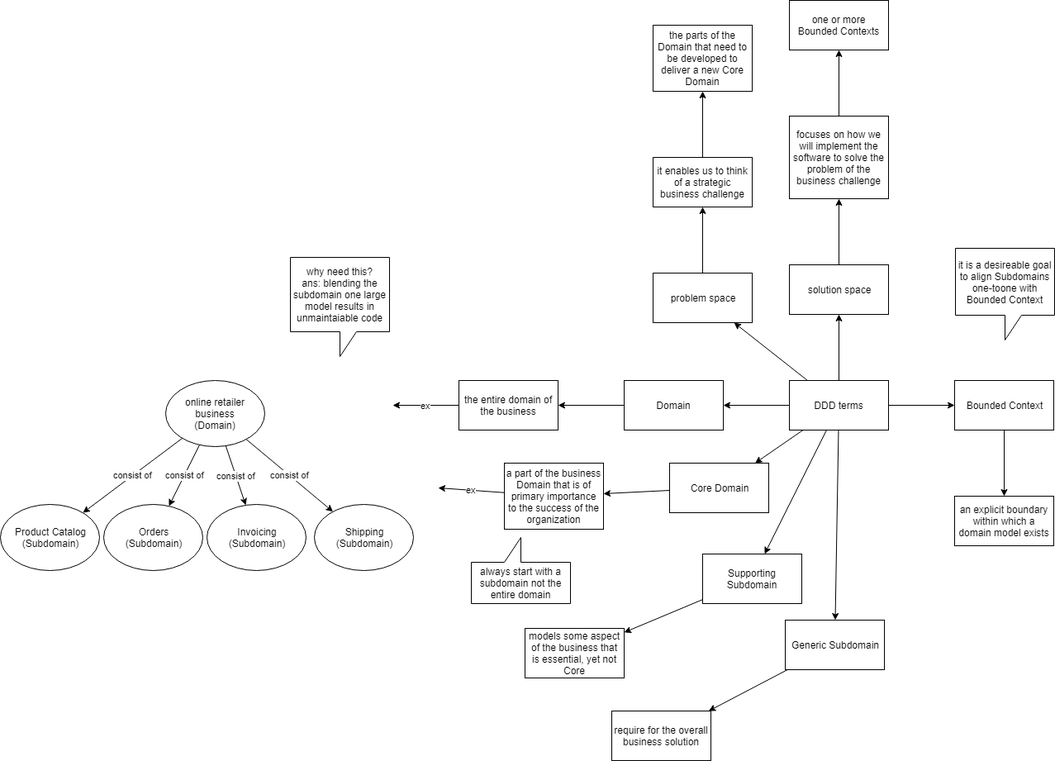
This is DDD_terms.PNG from stsiwo/ddd_concept, a draw.io export, as it was before one commit. Source tidied: cells renumbered, new cells last; positions are measured from the earlier drawing's top-left corner, leaving out a move shared by most shapes.
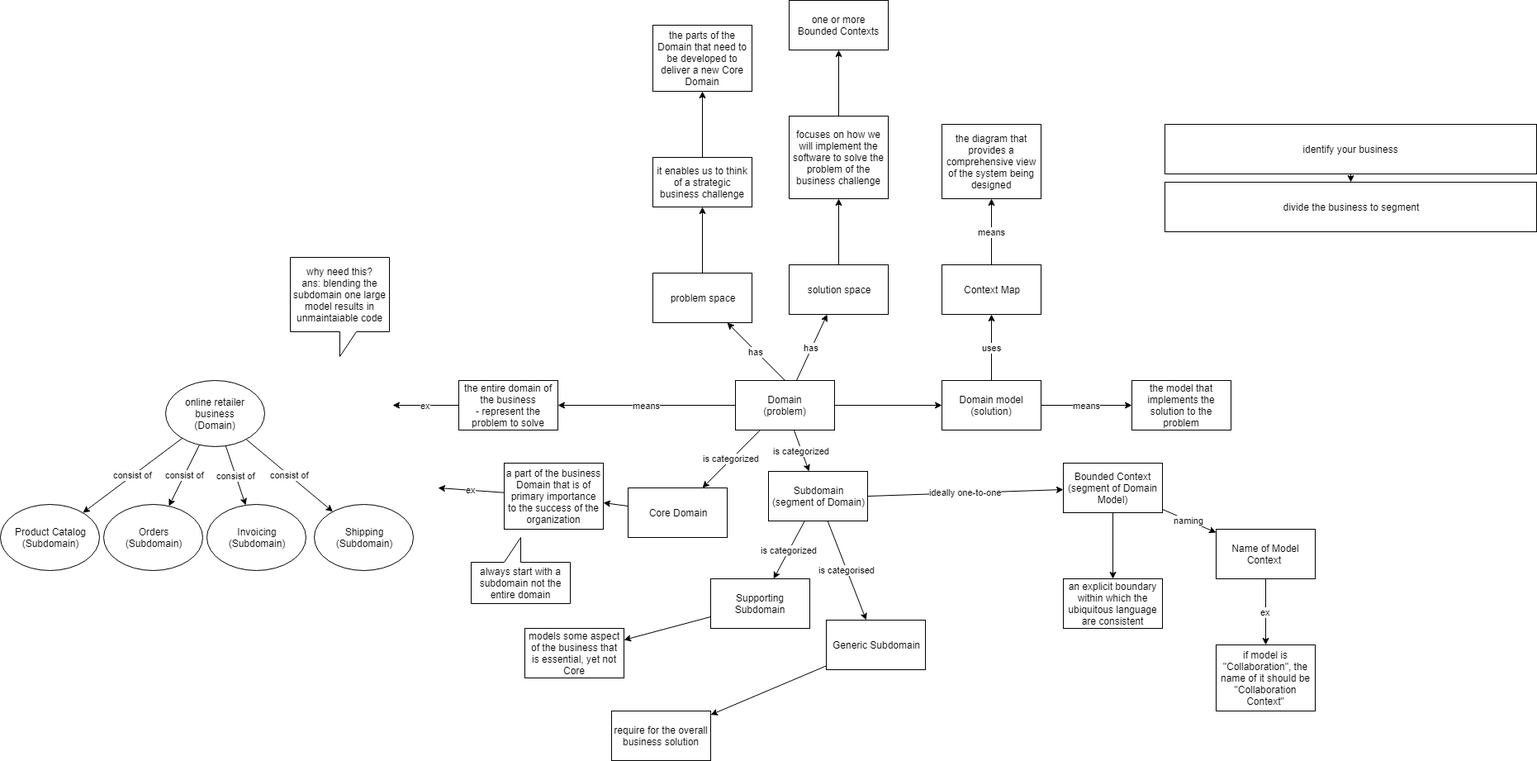
After the change.

Diff of the diagram source:
```diff
@@ -2,38 +2,44 @@
   <root>
     <mxCell id="0" />
     <mxCell id="1" parent="0" />
-    <mxCell id="2" style="edgeStyle=orthogonalEdgeStyle;rounded=0;jettySize=auto;html=1;" parent="1" edge="1" source="9" target="34">
-      <mxGeometry relative="1" as="geometry" />
-    </mxCell>
-    <mxCell id="3" style="rounded=0;jettySize=auto;html=1;" parent="1" edge="1" source="9" target="30">
+    <mxCell id="3" value="is categorized" style="rounded=0;jettySize=auto;html=1;" parent="1" edge="1" source="34" target="30">
       <mxGeometry relative="1" as="geometry" />
     </mxCell>
-    <mxCell id="4" style="edgeStyle=none;rounded=0;jettySize=auto;html=1;" parent="1" edge="1" source="9" target="27">
+    <mxCell id="4" value="is categorized" style="edgeStyle=none;rounded=0;jettySize=auto;html=1;" parent="1" edge="1" source="65" target="27">
       <mxGeometry relative="1" as="geometry" />
     </mxCell>
-    <mxCell id="5" style="edgeStyle=none;rounded=0;jettySize=auto;html=1;" parent="1" edge="1" source="9" target="24">
+    <mxCell id="5" value="is categorised" style="edgeStyle=none;rounded=0;jettySize=auto;html=1;" parent="1" edge="1" source="65" target="24">
       <mxGeometry relative="1" as="geometry" />
     </mxCell>
-    <mxCell id="6" style="edgeStyle=none;rounded=0;jettySize=auto;html=1;" parent="1" edge="1" source="9" target="19">
+    <mxCell id="6" value="has" style="edgeStyle=none;rounded=0;jettySize=auto;html=1;exitX=0.5;exitY=0;exitDx=0;exitDy=0;" parent="1" edge="1" source="34" target="19">
       <mxGeometry relative="1" as="geometry" />
     </mxCell>
-    <mxCell id="7" style="edgeStyle=none;rounded=0;jettySize=auto;html=1;" parent="1" edge="1" source="9" target="14">
+    <mxCell id="7" value="has" style="edgeStyle=none;rounded=0;jettySize=auto;html=1;" parent="1" edge="1" source="34" target="14">
       <mxGeometry relative="1" as="geometry" />
     </mxCell>
-    <mxCell id="8" style="edgeStyle=none;rounded=0;jettySize=auto;html=1;" parent="1" edge="1" source="9" target="11">
+    <mxCell id="8" value="ideally one-to-one" style="edgeStyle=none;rounded=0;jettySize=auto;html=1;exitX=1;exitY=0.5;exitDx=0;exitDy=0;" parent="1" edge="1" source="65" target="11">
       <mxGeometry relative="1" as="geometry" />
     </mxCell>
-    <mxCell id="9" value="DDD terms" style="rounded=0;whiteSpace=wrap;html=1;" parent="1" vertex="1">
-      <mxGeometry x="955" y="460" width="120" height="60" as="geometry" />
-    </mxCell>
     <mxCell id="10" style="edgeStyle=none;rounded=0;jettySize=auto;html=1;" parent="1" edge="1" source="11" target="12">
       <mxGeometry relative="1" as="geometry" />
     </mxCell>
+    <mxCell id="49" value="naming" style="edgeStyle=none;rounded=0;jettySize=auto;html=1;" parent="1" edge="1" source="11" target="51">
+      <mxGeometry relative="1" as="geometry" />
+    </mxCell>
-    <mxCell id="11" value="Bounded Context" style="rounded=0;whiteSpace=wrap;html=1;" parent="1" vertex="1">
-      <mxGeometry x="1155" y="460" width="120" height="60" as="geometry" />
+    <mxCell id="11" value="Bounded Context&lt;br&gt;(segment of Domain Model)&lt;br&gt;" style="rounded=0;whiteSpace=wrap;html=1;" parent="1" vertex="1">
+      <mxGeometry x="1287" y="560" width="120" height="60" as="geometry" />
     </mxCell>
+    <mxCell id="50" value="ex" style="edgeStyle=none;rounded=0;jettySize=auto;html=1;" parent="1" edge="1" source="51" target="52">
+      <mxGeometry relative="1" as="geometry" />
+    </mxCell>
+    <mxCell id="51" value="Name of Model Context&amp;nbsp;" style="rounded=0;whiteSpace=wrap;html=1;" parent="1" vertex="1">
+      <mxGeometry x="1472" y="640" width="120" height="60" as="geometry" />
+    </mxCell>
+    <mxCell id="52" value="if model is &quot;Collaboration&quot;, the name of it should be &quot;Collaboration Context&quot;" style="rounded=0;whiteSpace=wrap;html=1;" parent="1" vertex="1">
+      <mxGeometry x="1472" y="780" width="120" height="80" as="geometry" />
+    </mxCell>
-    <mxCell id="12" value="an explicit boundary within which a domain model exists" style="rounded=0;whiteSpace=wrap;html=1;" parent="1" vertex="1">
-      <mxGeometry x="1155" y="600" width="120" height="60" as="geometry" />
+    <mxCell id="12" value="an explicit boundary within which the ubiquitous language are consistent" style="rounded=0;whiteSpace=wrap;html=1;" parent="1" vertex="1">
+      <mxGeometry x="1287" y="700" width="120" height="60" as="geometry" />
     </mxCell>
     <mxCell id="13" style="edgeStyle=none;rounded=0;jettySize=auto;html=1;" parent="1" edge="1" source="14" target="16">
       <mxGeometry relative="1" as="geometry" />
@@ -69,7 +75,7 @@
       <mxGeometry relative="1" as="geometry" />
     </mxCell>
     <mxCell id="24" value="Generic Subdomain" style="rounded=0;whiteSpace=wrap;html=1;" parent="1" vertex="1">
-      <mxGeometry x="950" y="750" width="120" height="60" as="geometry" />
+      <mxGeometry x="1000" y="750" width="120" height="60" as="geometry" />
     </mxCell>
     <mxCell id="25" value="require for the overall business solution" style="rounded=0;whiteSpace=wrap;html=1;" parent="1" vertex="1">
       <mxGeometry x="740" y="860" width="120" height="60" as="geometry" />
@@ -78,7 +84,7 @@
       <mxGeometry relative="1" as="geometry" />
     </mxCell>
     <mxCell id="27" value="Supporting Subdomain" style="rounded=0;whiteSpace=wrap;html=1;" parent="1" vertex="1">
-      <mxGeometry x="850" y="670" width="120" height="60" as="geometry" />
+      <mxGeometry x="860" y="700" width="120" height="60" as="geometry" />
     </mxCell>
     <mxCell id="28" value="models some aspect of the business that is essential, yet not Core" style="rounded=0;whiteSpace=wrap;html=1;" parent="1" vertex="1">
       <mxGeometry x="635" y="760" width="120" height="60" as="geometry" />
@@ -87,7 +93,7 @@
       <mxGeometry relative="1" as="geometry" />
     </mxCell>
     <mxCell id="30" value="Core Domain" style="rounded=0;whiteSpace=wrap;html=1;" parent="1" vertex="1">
-      <mxGeometry x="810" y="560" width="120" height="60" as="geometry" />
+      <mxGeometry x="760" y="590" width="120" height="60" as="geometry" />
     </mxCell>
     <mxCell id="31" value="ex" style="edgeStyle=none;rounded=0;jettySize=auto;html=1;" parent="1" edge="1" source="32">
       <mxGeometry relative="1" as="geometry">
@@ -97,18 +103,45 @@
     <mxCell id="32" value="a part of the business Domain that is of primary importance to the success of the organization" style="rounded=0;whiteSpace=wrap;html=1;" parent="1" vertex="1">
       <mxGeometry x="610" y="560" width="120" height="80" as="geometry" />
     </mxCell>
-    <mxCell id="33" style="edgeStyle=orthogonalEdgeStyle;rounded=0;jettySize=auto;html=1;" parent="1" edge="1" source="34" target="36">
+    <mxCell id="33" value="means" style="edgeStyle=orthogonalEdgeStyle;rounded=0;jettySize=auto;html=1;" parent="1" edge="1" source="34" target="36">
       <mxGeometry relative="1" as="geometry" />
     </mxCell>
+    <mxCell id="53" value="is categorized" style="edgeStyle=none;rounded=0;jettySize=auto;html=1;" parent="1" edge="1" source="34" target="65">
+      <mxGeometry relative="1" as="geometry" />
+    </mxCell>
+    <mxCell id="54" style="edgeStyle=none;rounded=0;jettySize=auto;html=1;" parent="1" edge="1" source="34" target="57">
+      <mxGeometry relative="1" as="geometry" />
+    </mxCell>
-    <mxCell id="34" value="Domain" style="rounded=0;whiteSpace=wrap;html=1;" parent="1" vertex="1">
-      <mxGeometry x="755" y="460" width="120" height="60" as="geometry" />
+    <mxCell id="34" value="Domain&lt;br&gt;(problem)&lt;br&gt;" style="rounded=0;whiteSpace=wrap;html=1;" parent="1" vertex="1">
+      <mxGeometry x="890" y="460" width="120" height="60" as="geometry" />
     </mxCell>
+    <mxCell id="55" value="means" style="edgeStyle=none;rounded=0;jettySize=auto;html=1;" parent="1" edge="1" source="57" target="61">
+      <mxGeometry relative="1" as="geometry" />
+    </mxCell>
+    <mxCell id="56" value="uses" style="edgeStyle=none;rounded=0;jettySize=auto;html=1;" parent="1" edge="1" source="57" target="59">
+      <mxGeometry relative="1" as="geometry" />
+    </mxCell>
+    <mxCell id="57" value="Domain model&lt;br&gt;(solution)&lt;br&gt;" style="rounded=0;whiteSpace=wrap;html=1;" parent="1" vertex="1">
+      <mxGeometry x="1140" y="460" width="120" height="60" as="geometry" />
+    </mxCell>
+    <mxCell id="58" value="means" style="edgeStyle=none;rounded=0;jettySize=auto;html=1;" parent="1" edge="1" source="59" target="60">
+      <mxGeometry relative="1" as="geometry" />
+    </mxCell>
+    <mxCell id="59" value="Context Map" style="rounded=0;whiteSpace=wrap;html=1;" parent="1" vertex="1">
+      <mxGeometry x="1140" y="320" width="120" height="60" as="geometry" />
+    </mxCell>
+    <mxCell id="60" value="the diagram that provides a comprehensive view of the system being designed" style="rounded=0;whiteSpace=wrap;html=1;" parent="1" vertex="1">
+      <mxGeometry x="1140" y="150" width="120" height="90" as="geometry" />
+    </mxCell>
+    <mxCell id="61" value="the model that implements the solution to the problem" style="rounded=0;whiteSpace=wrap;html=1;" parent="1" vertex="1">
+      <mxGeometry x="1370" y="460" width="120" height="60" as="geometry" />
+    </mxCell>
     <mxCell id="35" value="ex" style="edgeStyle=none;rounded=0;jettySize=auto;html=1;" parent="1" edge="1" source="36">
       <mxGeometry relative="1" as="geometry">
         <mxPoint x="475" y="490" as="targetPoint" />
       </mxGeometry>
     </mxCell>
-    <mxCell id="36" value="the entire domain of the business" style="rounded=0;whiteSpace=wrap;html=1;" parent="1" vertex="1">
+    <mxCell id="36" value="the entire domain of the business&lt;br&gt;- represent the problem to solve&lt;br&gt;" style="rounded=0;whiteSpace=wrap;html=1;" parent="1" vertex="1">
       <mxGeometry x="555" y="460" width="120" height="60" as="geometry" />
     </mxCell>
     <mxCell id="37" value="always start with a subdomain not the entire domain" style="shape=callout;whiteSpace=wrap;html=1;perimeter=calloutPerimeter;direction=west;rotation=0;" parent="1" vertex="1">
@@ -144,8 +177,17 @@
     <mxCell id="47" value="why need this?&lt;br&gt;ans: blending the subdomain one large model results in unmaintaiable code&lt;br&gt;" style="shape=callout;whiteSpace=wrap;html=1;perimeter=calloutPerimeter;" parent="1" vertex="1">
       <mxGeometry x="351" y="311" width="120" height="120" as="geometry" />
     </mxCell>
-    <mxCell id="48" value="it is a desireable goal to align Subdomains one-toone with Bounded Context" style="shape=callout;whiteSpace=wrap;html=1;perimeter=calloutPerimeter;" parent="1" vertex="1">
-      <mxGeometry x="1156" y="300" width="120" height="111" as="geometry" />
-    </mxCell>
+    <mxCell id="62" style="edgeStyle=none;rounded=0;jettySize=auto;html=1;" parent="1" edge="1" source="63" target="64">
+      <mxGeometry relative="1" as="geometry" />
+    </mxCell>
+    <mxCell id="63" value="identify your business" style="rounded=0;whiteSpace=wrap;html=1;" parent="1" vertex="1">
+      <mxGeometry x="1410" y="150" width="450" height="60" as="geometry" />
+    </mxCell>
+    <mxCell id="64" value="divide the business to segment" style="rounded=0;whiteSpace=wrap;html=1;" parent="1" vertex="1">
+      <mxGeometry x="1410" y="220" width="450" height="60" as="geometry" />
+    </mxCell>
+    <mxCell id="65" value="Subdomain&lt;br&gt;(segment of Domain)&lt;br&gt;" style="rounded=0;whiteSpace=wrap;html=1;" parent="1" vertex="1">
+      <mxGeometry x="930" y="570" width="120" height="60" as="geometry" />
+    </mxCell>
   </root>
 </mxGraphModel>
```
